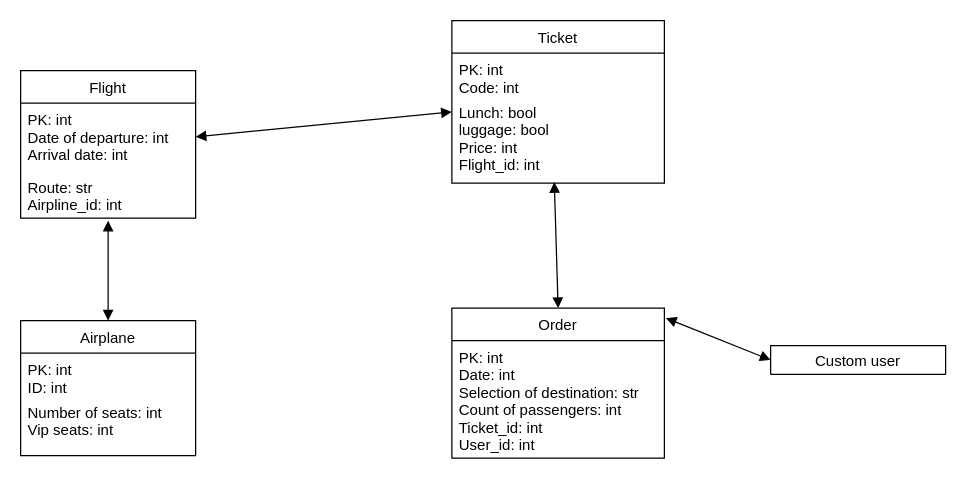
Above: diagrams/db_diagram.drawio in Kagaru1212/DjangoAir-ERP (draw.io), before the change. Source tidied: cells renumbered, new cells numbered last; positions are measured from the earlier drawing's top-left corner, leaving out a move shared by most shapes. Both pictures are drawn from the tidied source at 125%, with x=0, y=0 at pixel (20, 20).
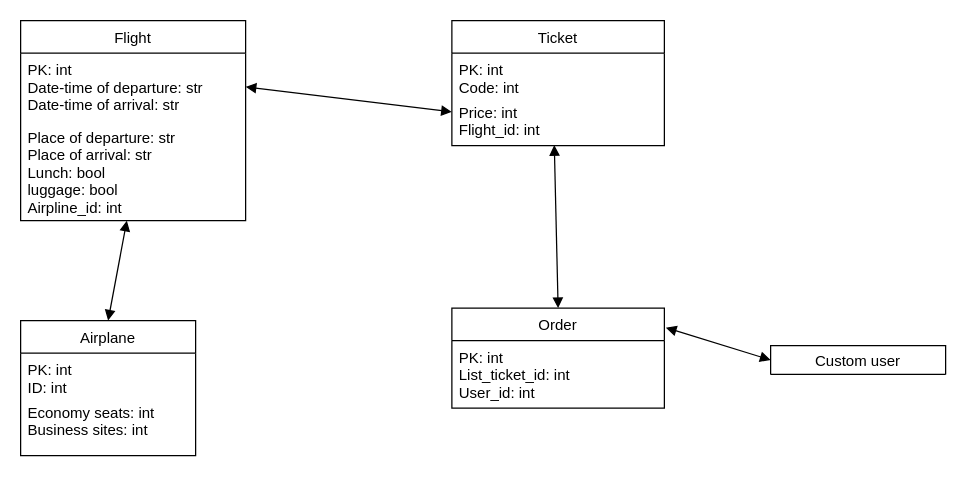
The same diagram, later.

The edit, as a diff of the source:
```diff
@@
 <mxGraphModel>
   <root>
     <mxCell id="0" />
     <mxCell id="1" parent="0" />
     <mxCell id="2" value="Custom user" style="swimlane;fontStyle=0;horizontal=1;startSize=26;fillColor=none;" parent="1" vertex="1">
       <mxGeometry x="600" y="260" width="140" height="23" as="geometry" />
     </mxCell>
     <mxCell id="3" value="Ticket" style="swimlane;fontStyle=0;horizontal=1;startSize=26;fillColor=none;" parent="1" vertex="1">
-      <mxGeometry x="345" width="170" height="130" as="geometry" />
+      <mxGeometry x="345" width="170" height="100" as="geometry" />
     </mxCell>
     <mxCell id="4" value="PK: int&#10;Code: int" style="text;strokeColor=none;fillColor=none;align=left;verticalAlign=top;spacingLeft=4;spacingRight=4;overflow=hidden;" parent="3" vertex="1">
       <mxGeometry y="26" width="170" height="34" as="geometry" />
     </mxCell>
-    <mxCell id="5" value="Lunch: bool&#10;luggage: bool&#10;Price: int&#10;Flight_id: int" style="text;strokeColor=none;fillColor=none;align=left;verticalAlign=top;spacingLeft=4;spacingRight=4;overflow=hidden;points=[[0,0.5],[1,0.5]];portConstraint=eastwest;" parent="3" vertex="1">
-      <mxGeometry y="60" width="170" height="70" as="geometry" />
+    <mxCell id="5" value="Price: int&#10;Flight_id: int" style="text;strokeColor=none;fillColor=none;align=left;verticalAlign=top;spacingLeft=4;spacingRight=4;overflow=hidden;points=[[0,0.5],[1,0.5]];portConstraint=eastwest;" parent="3" vertex="1">
+      <mxGeometry y="60" width="170" height="40" as="geometry" />
     </mxCell>
     <mxCell id="6" style="endArrow=block;startArrow=block;endFill=1;startFill=1;html=1;rounded=0;fontFamily=Helvetica;fontSize=12;fontColor=default;entryX=0.5;entryY=0;entryDx=0;entryDy=0;exitX=0.482;exitY=0.988;exitDx=0;exitDy=0;exitPerimeter=0;" parent="1" edge="1" source="5" target="16">
       <mxGeometry relative="1" as="geometry" />
     </mxCell>
     <mxCell id="7" value="Airplane" style="swimlane;fontStyle=0;horizontal=1;startSize=26;fillColor=none;fontFamily=Helvetica;fontSize=12;fontColor=default;" parent="1" vertex="1">
       <mxGeometry y="240" width="140" height="108" as="geometry" />
     </mxCell>
     <mxCell id="8" value="PK: int&#10;ID: int" style="text;strokeColor=none;fillColor=none;align=left;verticalAlign=top;spacingLeft=4;spacingRight=4;overflow=hidden;fontFamily=Helvetica;fontSize=12;fontColor=default;" parent="7" vertex="1">
       <mxGeometry y="26" width="140" height="34" as="geometry" />
     </mxCell>
-    <mxCell id="9" value="Number of seats: int&#10;Vip seats: int" style="text;strokeColor=none;fillColor=none;align=left;verticalAlign=top;spacingLeft=4;spacingRight=4;overflow=hidden;fontFamily=Helvetica;fontSize=12;fontColor=default;" parent="7" vertex="1">
+    <mxCell id="9" value="Economy seats: int&#10;Business sites: int" style="text;strokeColor=none;fillColor=none;align=left;verticalAlign=top;spacingLeft=4;spacingRight=4;overflow=hidden;fontFamily=Helvetica;fontSize=12;fontColor=default;" parent="7" vertex="1">
       <mxGeometry y="60" width="140" height="48" as="geometry" />
     </mxCell>
     <mxCell id="10" style="endArrow=block;startArrow=block;endFill=1;startFill=1;html=1;rounded=0;fontFamily=Helvetica;fontSize=12;fontColor=default;exitX=1;exitY=0.5;exitDx=0;exitDy=0;entryX=0;entryY=0.5;entryDx=0;entryDy=0;" parent="1" edge="1" source="12">
       <mxGeometry relative="1" as="geometry">
         <mxPoint x="345" y="73" as="targetPoint" />
       </mxGeometry>
     </mxCell>
     <mxCell id="11" value="Flight" style="swimlane;fontStyle=0;horizontal=1;startSize=26;fillColor=none;fontFamily=Helvetica;fontSize=12;fontColor=default;" parent="1" vertex="1">
-      <mxGeometry y="40" width="140" height="118" as="geometry" />
+      <mxGeometry width="180" height="160" as="geometry" />
     </mxCell>
-    <mxCell id="12" value="PK: int&#10;Date of departure: int&#10;Arrival date: int" style="text;strokeColor=none;fillColor=none;align=left;verticalAlign=top;spacingLeft=4;spacingRight=4;overflow=hidden;points=[[0,0.5],[1,0.5]];portConstraint=eastwest;fontFamily=Helvetica;fontSize=12;fontColor=default;" parent="11" vertex="1">
-      <mxGeometry y="26" width="140" height="54" as="geometry" />
+    <mxCell id="12" value="PK: int&#10;Date-time of departure: str&#10;Date-time of arrival: str" style="text;strokeColor=none;fillColor=none;align=left;verticalAlign=top;spacingLeft=4;spacingRight=4;overflow=hidden;points=[[0,0.5],[1,0.5]];portConstraint=eastwest;fontFamily=Helvetica;fontSize=12;fontColor=default;" parent="11" vertex="1">
+      <mxGeometry y="26" width="180" height="54" as="geometry" />
     </mxCell>
-    <mxCell id="13" value="Route: str&#10;Airpline_id: int" style="text;strokeColor=none;fillColor=none;align=left;verticalAlign=top;spacingLeft=4;spacingRight=4;overflow=hidden;points=[[0,0.5],[1,0.5]];portConstraint=eastwest;fontFamily=Helvetica;fontSize=12;fontColor=default;" parent="11" vertex="1">
-      <mxGeometry y="80" width="140" height="38" as="geometry" />
+    <mxCell id="13" value="Place of departure: str&#10;Place of arrival: str&#10;Lunch: bool&#10;luggage: bool&#10;Airpline_id: int" style="text;strokeColor=none;fillColor=none;align=left;verticalAlign=top;spacingLeft=4;spacingRight=4;overflow=hidden;points=[[0,0.5],[1,0.5]];portConstraint=eastwest;fontFamily=Helvetica;fontSize=12;fontColor=default;" parent="11" vertex="1">
+      <mxGeometry y="80" width="180" height="80" as="geometry" />
     </mxCell>
-    <mxCell id="14" style="endArrow=block;startArrow=block;endFill=1;startFill=1;html=1;rounded=0;exitX=0.5;exitY=0;exitDx=0;exitDy=0;" parent="1" edge="1" source="7">
-      <mxGeometry relative="1" as="geometry">
-        <mxPoint x="70" y="160" as="targetPoint" />
-      </mxGeometry>
+    <mxCell id="14" style="endArrow=block;startArrow=block;endFill=1;startFill=1;html=1;rounded=0;exitX=0.5;exitY=0;exitDx=0;exitDy=0;entryX=0.472;entryY=1;entryDx=0;entryDy=0;entryPerimeter=0;" parent="1" edge="1" source="7" target="13">
+      <mxGeometry relative="1" as="geometry" />
     </mxCell>
     <mxCell id="15" style="endArrow=block;startArrow=block;endFill=1;startFill=1;html=1;rounded=0;entryX=0;entryY=0.5;entryDx=0;entryDy=0;exitX=1.007;exitY=-0.192;exitDx=0;exitDy=0;exitPerimeter=0;" parent="1" edge="1" source="17" target="2">
       <mxGeometry relative="1" as="geometry" />
     </mxCell>
     <mxCell id="16" value="Order" style="swimlane;fontStyle=0;horizontal=1;startSize=26;fillColor=none;" parent="1" vertex="1">
-      <mxGeometry x="345" y="230" width="170" height="120" as="geometry" />
+      <mxGeometry x="345" y="230" width="170" height="80" as="geometry" />
     </mxCell>
-    <mxCell id="17" value="PK: int&#10;Date: int&#10;Selection of destination: str&#10;Count of passengers: int&#10;Ticket_id: int&#10;User_id: int" style="text;strokeColor=none;fillColor=none;align=left;verticalAlign=top;spacingLeft=4;spacingRight=4;overflow=hidden;points=[[0,0.5],[1,0.5]];portConstraint=eastwest;" parent="16" vertex="1">
-      <mxGeometry y="26" width="170" height="94" as="geometry" />
+    <mxCell id="17" value="PK: int&#10;List_ticket_id: int&#10;User_id: int" style="text;strokeColor=none;fillColor=none;align=left;verticalAlign=top;spacingLeft=4;spacingRight=4;overflow=hidden;points=[[0,0.5],[1,0.5]];portConstraint=eastwest;" parent="16" vertex="1">
+      <mxGeometry y="26" width="170" height="54" as="geometry" />
     </mxCell>
   </root>
 </mxGraphModel>
```
